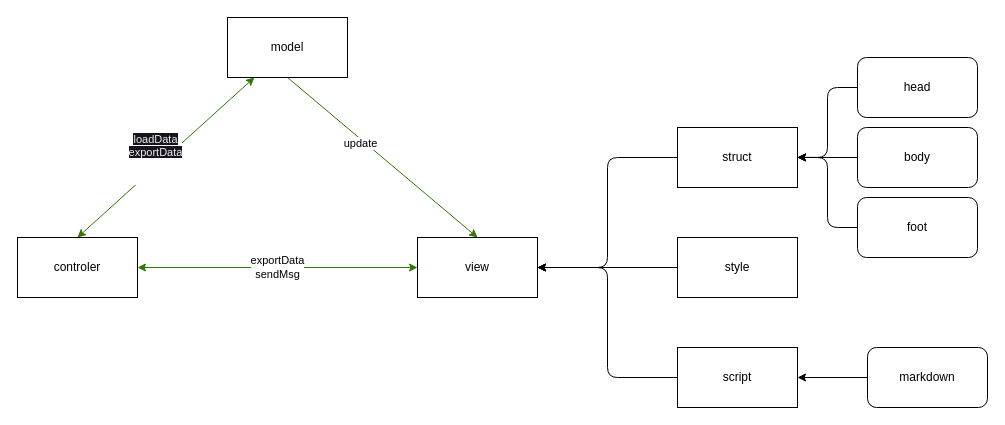
Before: docs/view/overview.drawio in tower-town/Koala-Hacker-News, a draw.io diagram. Source tidied: cells renumbered, new cells numbered last; positions are measured from the earlier drawing's top-left corner, leaving out a move shared by most shapes. Both pictures are drawn from the tidied source at 100%, with x=0, y=0 at pixel (17, 17).
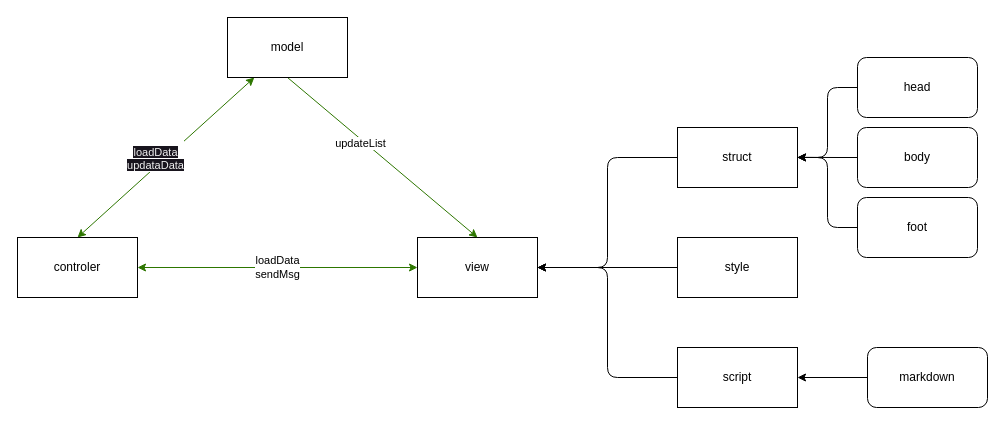
After the change.

The change refers to these unchanged cells:
```xml
<mxCell id="6" value="view" style="rounded=0;whiteSpace=wrap;html=1;" parent="1" vertex="1">
  <mxGeometry x="400" y="220" width="120" height="60" as="geometry" />
</mxCell>
<mxCell id="12" style="edgeStyle=none;html=1;exitX=0.5;exitY=1;exitDx=0;exitDy=0;entryX=0.5;entryY=0;entryDx=0;entryDy=0;startArrow=none;startFill=0;fillColor=#60a917;strokeColor=#2D7600;" parent="1" edge="1" source="14" target="6">
  <mxGeometry relative="1" as="geometry" />
</mxCell>
<mxCell id="14" value="model" style="rounded=0;whiteSpace=wrap;html=1;" parent="1" vertex="1">
  <mxGeometry x="210" width="120" height="60" as="geometry" />
</mxCell>
<mxCell id="16" value="controler" style="rounded=0;whiteSpace=wrap;html=1;" parent="1" vertex="1">
  <mxGeometry y="220" width="120" height="60" as="geometry" />
</mxCell>
```

Diff of the diagram source:
```diff
@@
-    <mxCell id="11" value="&#10;&lt;span style=&quot;color: rgb(240, 240, 240); font-family: Helvetica; font-size: 11px; font-style: normal; font-variant-ligatures: normal; font-variant-caps: normal; font-weight: 400; letter-spacing: normal; orphans: 2; text-align: center; text-indent: 0px; text-transform: none; widows: 2; word-spacing: 0px; -webkit-text-stroke-width: 0px; background-color: rgb(24, 20, 29); text-decoration-thickness: initial; text-decoration-style: initial; text-decoration-color: initial; float: none; display: inline !important;&quot;&gt;loadData&lt;/span&gt;&lt;br style=&quot;border-color: rgb(0, 0, 0); color: rgb(240, 240, 240); font-family: Helvetica; font-size: 11px; font-style: normal; font-variant-ligatures: normal; font-variant-caps: normal; font-weight: 400; letter-spacing: normal; orphans: 2; text-align: center; text-indent: 0px; text-transform: none; widows: 2; word-spacing: 0px; -webkit-text-stroke-width: 0px; text-decoration-thickness: initial; text-decoration-style: initial; text-decoration-color: initial;&quot;&gt;&lt;span style=&quot;color: rgb(240, 240, 240); font-family: Helvetica; font-size: 11px; font-style: normal; font-variant-ligatures: normal; font-variant-caps: normal; font-weight: 400; letter-spacing: normal; orphans: 2; text-align: center; text-indent: 0px; text-transform: none; widows: 2; word-spacing: 0px; -webkit-text-stroke-width: 0px; background-color: rgb(24, 20, 29); text-decoration-thickness: initial; text-decoration-style: initial; text-decoration-color: initial; float: none; display: inline !important;&quot;&gt;exportData&lt;/span&gt;&#10;&#10;" style="edgeStyle=none;html=1;entryX=0.5;entryY=0;entryDx=0;entryDy=0;startArrow=classic;startFill=1;fillColor=#60a917;strokeColor=#2D7600;" parent="1" edge="1" source="14" target="16">
+    <mxCell id="11" value="&lt;br&gt;&lt;span style=&quot;color: rgb(240, 240, 240); font-family: Helvetica; font-size: 11px; font-style: normal; font-variant-ligatures: normal; font-variant-caps: normal; font-weight: 400; letter-spacing: normal; orphans: 2; text-align: center; text-indent: 0px; text-transform: none; widows: 2; word-spacing: 0px; -webkit-text-stroke-width: 0px; background-color: rgb(24, 20, 29); text-decoration-thickness: initial; text-decoration-style: initial; text-decoration-color: initial; float: none; display: inline !important;&quot;&gt;loadData&lt;/span&gt;&lt;br style=&quot;border-color: rgb(0, 0, 0); color: rgb(240, 240, 240); font-family: Helvetica; font-size: 11px; font-style: normal; font-variant-ligatures: normal; font-variant-caps: normal; font-weight: 400; letter-spacing: normal; orphans: 2; text-align: center; text-indent: 0px; text-transform: none; widows: 2; word-spacing: 0px; -webkit-text-stroke-width: 0px; text-decoration-thickness: initial; text-decoration-style: initial; text-decoration-color: initial;&quot;&gt;&lt;span style=&quot;color: rgb(240, 240, 240); font-family: Helvetica; font-size: 11px; font-style: normal; font-variant-ligatures: normal; font-variant-caps: normal; font-weight: 400; letter-spacing: normal; orphans: 2; text-align: center; text-indent: 0px; text-transform: none; widows: 2; word-spacing: 0px; -webkit-text-stroke-width: 0px; background-color: rgb(24, 20, 29); text-decoration-thickness: initial; text-decoration-style: initial; text-decoration-color: initial; float: none; display: inline !important;&quot;&gt;updataData&lt;/span&gt;&lt;br&gt;" style="edgeStyle=none;html=1;entryX=0.5;entryY=0;entryDx=0;entryDy=0;startArrow=classic;startFill=1;fillColor=#60a917;strokeColor=#2D7600;" parent="1" edge="1" source="14" target="16">
       <mxGeometry x="0.03" y="-10" relative="1" as="geometry">
         <mxPoint x="-1" as="offset" />
       </mxGeometry>
     </mxCell>
@@
-    <mxCell id="13" value="update" style="edgeLabel;html=1;align=center;verticalAlign=middle;" parent="12" vertex="1">
+    <mxCell id="13" value="updateList" style="edgeLabel;html=1;align=center;verticalAlign=middle;" parent="12" vertex="1">
       <mxGeometry x="-0.22" y="-2" relative="1" as="geometry">
         <mxPoint y="1" as="offset" />
       </mxGeometry>
     </mxCell>
@@
-    <mxCell id="15" value="exportData&lt;br&gt;sendMsg" style="edgeStyle=none;html=1;exitX=1;exitY=0.5;exitDx=0;exitDy=0;entryX=0;entryY=0.5;entryDx=0;entryDy=0;startArrow=classic;startFill=1;fillColor=#60a917;strokeColor=#2D7600;" parent="1" edge="1" source="16" target="6">
+    <mxCell id="15" value="loadData&lt;br&gt;sendMsg" style="edgeStyle=none;html=1;exitX=1;exitY=0.5;exitDx=0;exitDy=0;entryX=0;entryY=0.5;entryDx=0;entryDy=0;startArrow=classic;startFill=1;fillColor=#60a917;strokeColor=#2D7600;" parent="1" edge="1" source="16" target="6">
       <mxGeometry relative="1" as="geometry" />
     </mxCell>
```
